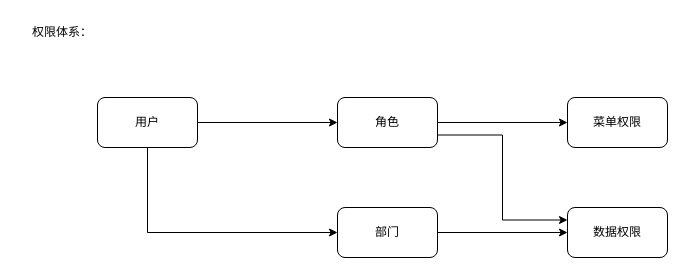
Before: page "技术设计" (2 of 3) of qfei/contract/er.drawio in jerryduan/draw, a draw.io diagram. Source tidied: cells renumbered, new cells numbered last; positions are measured from the earlier drawing's top-left corner, leaving out a move shared by most shapes. Both pictures are drawn from the tidied source at 100%, with x=0, y=0 at pixel (17, 17).
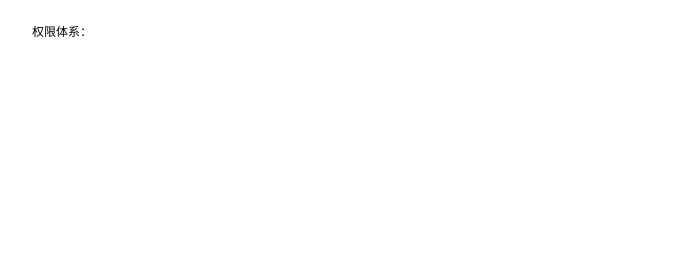
The same diagram, later.

What changed in the source:
```diff
@@
 <mxGraphModel>
   <root>
     <mxCell id="0" />
     <mxCell id="1" parent="0" />
-    <mxCell id="2" style="edgeStyle=orthogonalEdgeStyle;rounded=0;jettySize=auto;html=1;exitX=1;exitY=0.5;exitDx=0;exitDy=0;entryX=0;entryY=0.5;entryDx=0;entryDy=0;startArrow=none;startFill=0;" parent="1" edge="1" source="4" target="7">
-      <mxGeometry relative="1" as="geometry" />
-    </mxCell>
-    <mxCell id="3" style="edgeStyle=orthogonalEdgeStyle;rounded=0;jettySize=auto;html=1;exitX=0.5;exitY=1;exitDx=0;exitDy=0;entryX=0;entryY=0.5;entryDx=0;entryDy=0;" parent="1" edge="1" source="4" target="9">
-      <mxGeometry relative="1" as="geometry" />
-    </mxCell>
-    <mxCell id="4" value="用户" style="rounded=1;whiteSpace=wrap;html=1;" parent="1" vertex="1">
-      <mxGeometry x="80" y="80" width="100" height="50" as="geometry" />
-    </mxCell>
-    <mxCell id="5" style="edgeStyle=orthogonalEdgeStyle;rounded=0;jettySize=auto;html=1;exitX=1;exitY=0.5;exitDx=0;exitDy=0;entryX=0;entryY=0.5;entryDx=0;entryDy=0;" parent="1" edge="1" source="7" target="11">
-      <mxGeometry relative="1" as="geometry" />
-    </mxCell>
-    <mxCell id="6" style="edgeStyle=orthogonalEdgeStyle;rounded=0;jettySize=auto;html=1;exitX=1;exitY=0.75;exitDx=0;exitDy=0;entryX=0;entryY=0.25;entryDx=0;entryDy=0;" parent="1" edge="1" source="7" target="10">
-      <mxGeometry relative="1" as="geometry" />
-    </mxCell>
-    <mxCell id="7" value="角色" style="rounded=1;whiteSpace=wrap;html=1;" parent="1" vertex="1">
-      <mxGeometry x="320" y="80" width="100" height="50" as="geometry" />
-    </mxCell>
-    <mxCell id="8" style="edgeStyle=orthogonalEdgeStyle;rounded=0;jettySize=auto;html=1;exitX=1;exitY=0.5;exitDx=0;exitDy=0;" parent="1" edge="1" source="9" target="10">
-      <mxGeometry relative="1" as="geometry" />
-    </mxCell>
-    <mxCell id="9" value="部门" style="rounded=1;whiteSpace=wrap;html=1;" parent="1" vertex="1">
-      <mxGeometry x="320" y="190" width="100" height="50" as="geometry" />
-    </mxCell>
-    <mxCell id="10" value="数据权限" style="rounded=1;whiteSpace=wrap;html=1;" parent="1" vertex="1">
-      <mxGeometry x="550" y="190" width="100" height="50" as="geometry" />
-    </mxCell>
-    <mxCell id="11" value="菜单权限" style="rounded=1;whiteSpace=wrap;html=1;" parent="1" vertex="1">
-      <mxGeometry x="550" y="80" width="100" height="50" as="geometry" />
-    </mxCell>
     <mxCell id="12" value="权限体系：" style="text;html=1;whiteSpace=wrap;strokeColor=none;fillColor=none;align=center;verticalAlign=middle;rounded=0;" parent="1" vertex="1">
       <mxGeometry width="90" height="30" as="geometry" />
     </mxCell>
   </root>
 </mxGraphModel>
```
